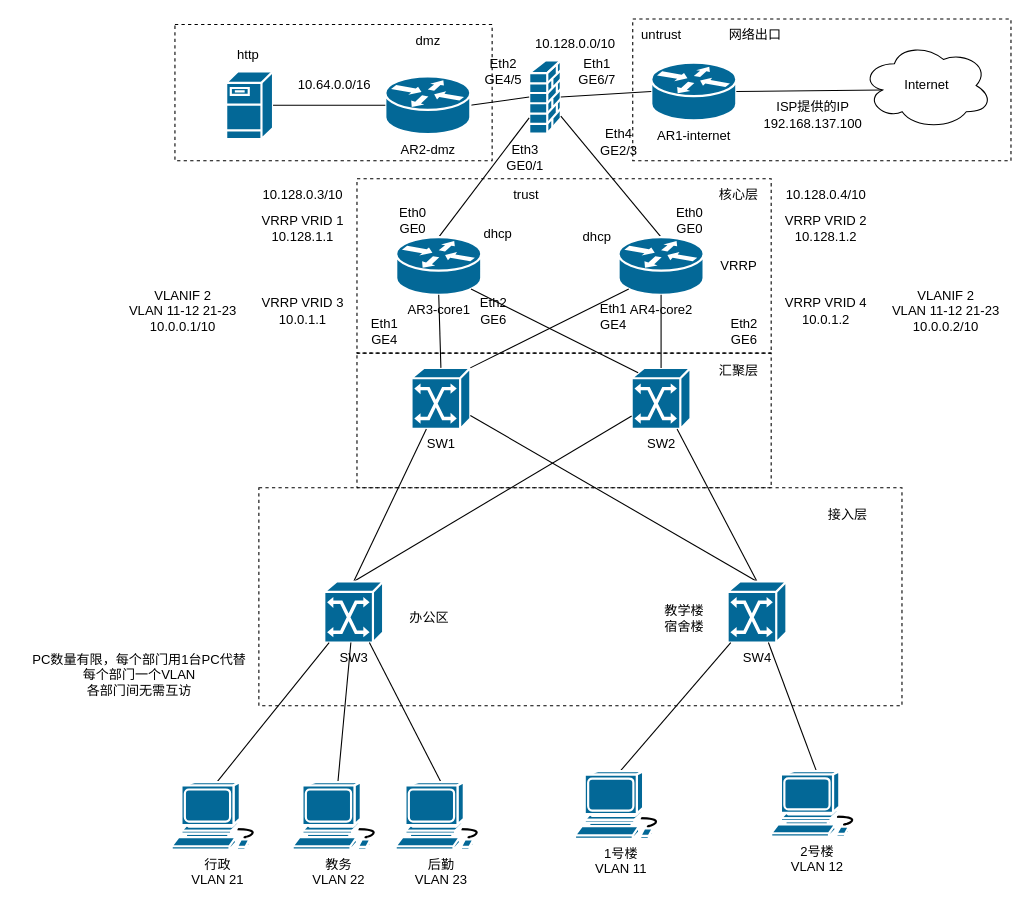
Before: ne24.drawio in HPLZH/draw, a draw.io diagram. Source tidied: cells renumbered, new cells numbered last; positions are measured from the earlier drawing's top-left corner, leaving out a move shared by most shapes. Both pictures are drawn from the tidied source at 109%, with x=0, y=0 at pixel (19, 19).
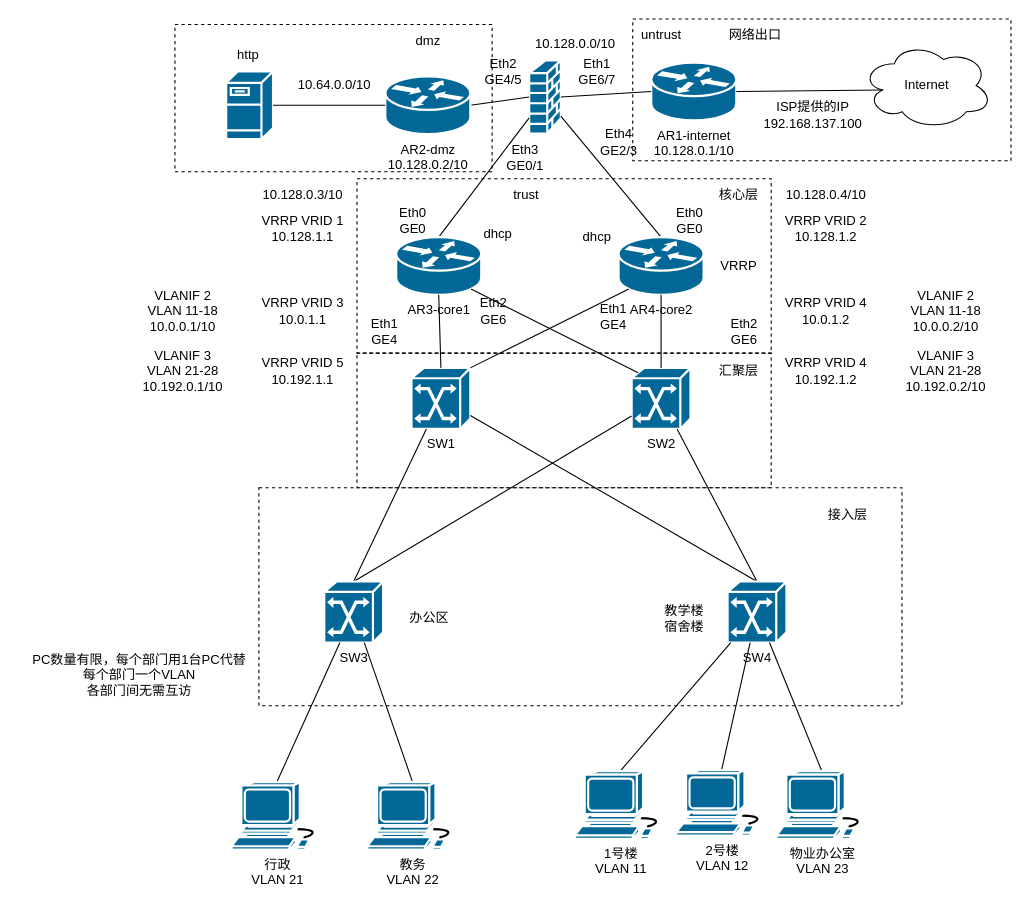
The same diagram, later.

Unchanged cells that the change refers to:
```xml
<mxCell id="27" value="SW3" style="shape=mxgraph.cisco.switches.atm_switch;sketch=0;html=1;dashed=0;fillColor=#036897;strokeColor=#ffffff;strokeWidth=2;verticalLabelPosition=bottom;verticalAlign=top;align=center;outlineConnect=0;" parent="1" vertex="1">
  <mxGeometry x="280" y="516" width="54" height="56" as="geometry" />
</mxCell>
<mxCell id="30" value="SW4" style="shape=mxgraph.cisco.switches.atm_switch;sketch=0;html=1;dashed=0;fillColor=#036897;strokeColor=#ffffff;strokeWidth=2;verticalLabelPosition=bottom;verticalAlign=top;align=center;outlineConnect=0;" parent="1" vertex="1">
  <mxGeometry x="650" y="516" width="54" height="56" as="geometry" />
</mxCell>
```

Diff of the diagram source:
```diff
@@
     <mxCell id="2" style="whiteSpace=wrap;html=1;fillColor=none;dashed=1;" parent="1" vertex="1">
-      <mxGeometry x="143" y="5" width="291" height="125" as="geometry" />
+      <mxGeometry x="143" y="5" width="291" height="135" as="geometry" />
     </mxCell>
@@
-    <mxCell id="7" value="AR1-internet" style="shape=mxgraph.cisco.routers.router;sketch=0;html=1;dashed=0;fillColor=#036897;strokeColor=#ffffff;strokeWidth=2;verticalLabelPosition=bottom;verticalAlign=top;align=center;outlineConnect=0;" parent="1" vertex="1">
+    <mxCell id="7" value="AR1-internet&lt;div&gt;10.128.0.1/10&lt;/div&gt;" style="shape=mxgraph.cisco.routers.router;sketch=0;html=1;dashed=0;fillColor=#036897;strokeColor=#ffffff;strokeWidth=2;verticalLabelPosition=bottom;verticalAlign=top;align=center;outlineConnect=0;" parent="1" vertex="1">
       <mxGeometry x="580" y="40" width="78" height="53" as="geometry" />
     </mxCell>
@@
-    <mxCell id="20" value="AR2-dmz" style="shape=mxgraph.cisco.routers.router;sketch=0;html=1;dashed=0;fillColor=#036897;strokeColor=#ffffff;strokeWidth=2;verticalLabelPosition=bottom;verticalAlign=top;align=center;outlineConnect=0;" parent="1" vertex="1">
+    <mxCell id="20" value="AR2-dmz&lt;div&gt;10.128.0.2/10&lt;/div&gt;" style="shape=mxgraph.cisco.routers.router;sketch=0;html=1;dashed=0;fillColor=#036897;strokeColor=#ffffff;strokeWidth=2;verticalLabelPosition=bottom;verticalAlign=top;align=center;outlineConnect=0;" parent="1" vertex="1">
       <mxGeometry x="336" y="52.5" width="78" height="53" as="geometry" />
     </mxCell>
@@
     <mxCell id="32" value="行政&lt;div&gt;VLAN 21&lt;/div&gt;" style="shape=mxgraph.cisco.computers_and_peripherals.workstation;sketch=0;html=1;dashed=0;fillColor=#036897;strokeColor=#ffffff;strokeWidth=2;verticalLabelPosition=bottom;verticalAlign=top;align=center;outlineConnect=0;" parent="1" vertex="1">
-      <mxGeometry x="140" y="700" width="83" height="62" as="geometry" />
+      <mxGeometry x="195" y="700" width="83" height="62" as="geometry" />
     </mxCell>
@@
     <mxCell id="34" value="&lt;div&gt;教务&lt;/div&gt;&lt;div&gt;VLAN 22&lt;/div&gt;" style="shape=mxgraph.cisco.computers_and_peripherals.workstation;sketch=0;html=1;dashed=0;fillColor=#036897;strokeColor=#ffffff;strokeWidth=2;verticalLabelPosition=bottom;verticalAlign=top;align=center;outlineConnect=0;" parent="1" vertex="1">
-      <mxGeometry x="251" y="700" width="83" height="62" as="geometry" />
+      <mxGeometry x="319.5" y="700" width="83" height="62" as="geometry" />
     </mxCell>
@@
     <mxCell id="38" value="2号楼&lt;div&gt;VLAN 12&lt;/div&gt;" style="shape=mxgraph.cisco.computers_and_peripherals.workstation;sketch=0;html=1;dashed=0;fillColor=#036897;strokeColor=#ffffff;strokeWidth=2;verticalLabelPosition=bottom;verticalAlign=top;align=center;outlineConnect=0;" parent="1" vertex="1">
-      <mxGeometry x="690" y="690" width="83" height="60" as="geometry" />
+      <mxGeometry x="603" y="689" width="83" height="60" as="geometry" />
     </mxCell>
@@
-    <mxCell id="51" value="10.64.0.0/16" style="text;html=1;align=center;verticalAlign=middle;strokeColor=none;fillColor=none;" parent="1" vertex="1">
-      <mxGeometry x="246" y="48" width="85" height="26" as="geometry" />
+    <mxCell id="51" value="10.64.0.0/10" style="text;html=1;align=center;verticalAlign=middle;strokeColor=none;fillColor=none;" parent="1" vertex="1">
+      <mxGeometry x="244" y="46" width="90" height="30" as="geometry" />
     </mxCell>
@@
-    <mxCell id="57" style="rounded=0;jettySize=auto;html=1;exitX=0.5;exitY=0;exitDx=0;exitDy=0;exitPerimeter=0;endArrow=none;endFill=0;" parent="1" edge="1" source="58" target="27">
+    <mxCell id="57" style="rounded=0;jettySize=auto;html=1;exitX=0.5;exitY=0;exitDx=0;exitDy=0;exitPerimeter=0;endArrow=none;endFill=0;" parent="1" edge="1" source="58" target="30">
       <mxGeometry relative="1" as="geometry" />
     </mxCell>
-    <mxCell id="58" value="&lt;div&gt;后勤&lt;/div&gt;&lt;div&gt;VLAN 23&lt;/div&gt;" style="shape=mxgraph.cisco.computers_and_peripherals.workstation;sketch=0;html=1;dashed=0;fillColor=#036897;strokeColor=#ffffff;strokeWidth=2;verticalLabelPosition=bottom;verticalAlign=top;align=center;outlineConnect=0;" parent="1" vertex="1">
-      <mxGeometry x="345.5" y="700" width="83" height="62" as="geometry" />
+    <mxCell id="58" value="&lt;div&gt;&lt;span style=&quot;background-color: initial;&quot;&gt;物业办公室&lt;/span&gt;&lt;/div&gt;&lt;div&gt;&lt;span style=&quot;background-color: initial;&quot;&gt;VLAN 23&lt;/span&gt;&lt;/div&gt;" style="shape=mxgraph.cisco.computers_and_peripherals.workstation;sketch=0;html=1;dashed=0;fillColor=#036897;strokeColor=#ffffff;strokeWidth=2;verticalLabelPosition=bottom;verticalAlign=top;align=center;outlineConnect=0;" parent="1" vertex="1">
+      <mxGeometry x="695" y="690" width="83" height="62" as="geometry" />
     </mxCell>
@@
-    <mxCell id="75" value="VLANIF 2&lt;div&gt;VLAN 11-12 21-23&lt;/div&gt;&lt;div&gt;10.0.0.1/10&lt;/div&gt;" style="text;html=1;align=center;verticalAlign=middle;strokeColor=none;fillColor=none;" parent="1" vertex="1">
-      <mxGeometry x="90" y="238" width="120" height="60" as="geometry" />
+    <mxCell id="75" value="VLANIF 2&lt;div&gt;VLAN 11-18&lt;/div&gt;&lt;div&gt;10.0.0.1/10&lt;/div&gt;" style="text;html=1;align=center;verticalAlign=middle;strokeColor=none;fillColor=none;" parent="1" vertex="1">
+      <mxGeometry x="105" y="238" width="90" height="60" as="geometry" />
     </mxCell>
-    <mxCell id="76" value="VLANIF 2&lt;div&gt;VLAN 11-12 21-23&lt;/div&gt;&lt;div&gt;10.0.0.2/10&lt;/div&gt;" style="text;html=1;align=center;verticalAlign=middle;strokeColor=none;fillColor=none;" parent="1" vertex="1">
-      <mxGeometry x="790" y="238" width="120" height="60" as="geometry" />
+    <mxCell id="76" value="VLANIF 2&lt;div&gt;VLAN 11-18&lt;/div&gt;&lt;div&gt;10.0.0.2/10&lt;/div&gt;" style="text;html=1;align=center;verticalAlign=middle;strokeColor=none;fillColor=none;" parent="1" vertex="1">
+      <mxGeometry x="805" y="238" width="90" height="60" as="geometry" />
     </mxCell>
+    <mxCell id="77" value="VRRP VRID 5&lt;div&gt;10.192.1.1&lt;/div&gt;" style="text;html=1;align=center;verticalAlign=middle;strokeColor=none;fillColor=none;" parent="1" vertex="1">
+      <mxGeometry x="210" y="303" width="100" height="40" as="geometry" />
+    </mxCell>
+    <mxCell id="78" value="VLANIF 3&lt;div&gt;VLAN 21-28&lt;/div&gt;&lt;div&gt;10.192.0.1/10&lt;/div&gt;" style="text;html=1;align=center;verticalAlign=middle;strokeColor=none;fillColor=none;" parent="1" vertex="1">
+      <mxGeometry x="100" y="293" width="100" height="60" as="geometry" />
+    </mxCell>
+    <mxCell id="79" value="VRRP VRID 4&lt;div&gt;10.192.1.2&lt;/div&gt;" style="text;html=1;align=center;verticalAlign=middle;strokeColor=none;fillColor=none;" parent="1" vertex="1">
+      <mxGeometry x="690" y="303" width="100" height="40" as="geometry" />
+    </mxCell>
+    <mxCell id="80" value="VLANIF 3&lt;div&gt;VLAN 21-28&lt;/div&gt;&lt;div&gt;10.192.0.2/10&lt;/div&gt;" style="text;html=1;align=center;verticalAlign=middle;strokeColor=none;fillColor=none;" parent="1" vertex="1">
+      <mxGeometry x="800" y="293" width="100" height="60" as="geometry" />
+    </mxCell>
```
